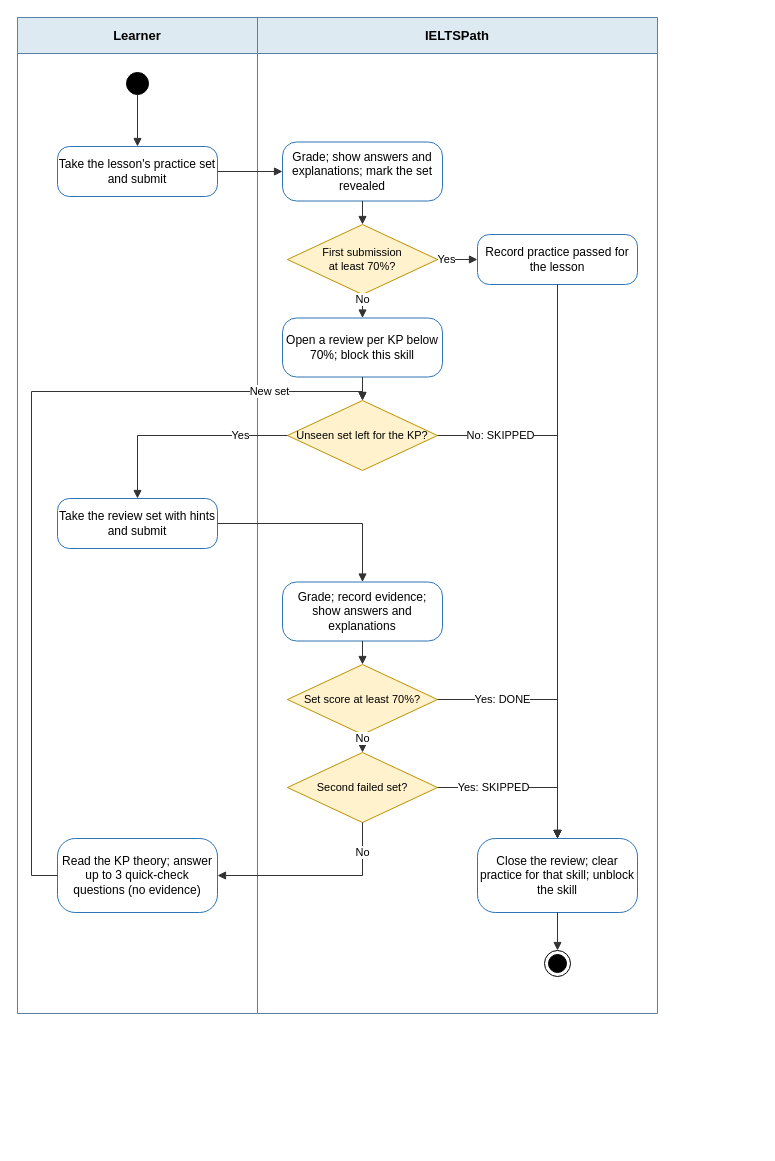
IeltsPath-Platform/backend keeps this draw.io diagram as page "SC-03 Activity" (3 of 4) of capstone-docs/rp_3.0_system-requirements-system/diagram_script/part2-diagrams/IELTSPath_Scenarios.drawio. Above is the earlier version. Source tidied: cells renumbered, new cells numbered last; positions are measured from the earlier drawing's top-left corner, leaving out a move shared by most shapes. Both pictures are drawn from the tidied source at 100%, with x=0, y=0 at pixel (17, 17).
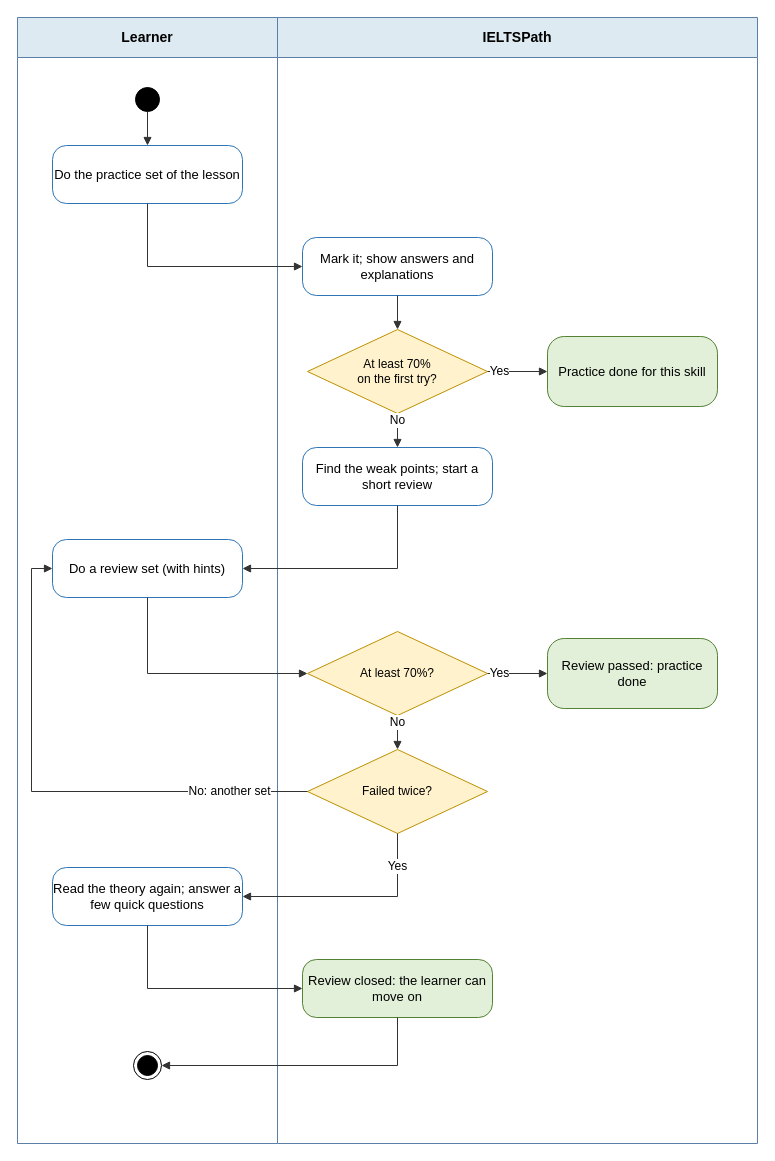
Above is the later version.

Diff of the diagram source:
```diff
@@
-    <mxCell id="2" value="Learner" style="swimlane;startSize=36;html=1;whiteSpace=wrap;fillColor=#DEEAF1;strokeColor=#5B7FA6;fontStyle=1;fontSize=13;swimlaneFillColor=#FFFFFF;" parent="1" vertex="1">
-      <mxGeometry width="240" height="996" as="geometry" />
+    <mxCell id="2" value="Learner" style="swimlane;startSize=40;html=1;whiteSpace=wrap;fillColor=#DEEAF1;strokeColor=#5B7FA6;fontStyle=1;fontSize=14;swimlaneFillColor=#FFFFFF;" parent="1" vertex="1">
+      <mxGeometry width="260" height="1126" as="geometry" />
     </mxCell>
-    <mxCell id="3" value="IELTSPath" style="swimlane;startSize=36;html=1;whiteSpace=wrap;fillColor=#DEEAF1;strokeColor=#5B7FA6;fontStyle=1;fontSize=13;swimlaneFillColor=#FFFFFF;" parent="1" vertex="1">
-      <mxGeometry x="240" width="400" height="996" as="geometry" />
+    <mxCell id="3" value="IELTSPath" style="swimlane;startSize=40;html=1;whiteSpace=wrap;fillColor=#DEEAF1;strokeColor=#5B7FA6;fontStyle=1;fontSize=14;swimlaneFillColor=#FFFFFF;" parent="1" vertex="1">
+      <mxGeometry x="260" width="480" height="1126" as="geometry" />
     </mxCell>
-    <mxCell id="4" style="ellipse;html=1;fillColor=#000000;strokeColor=#000000;" parent="1" vertex="1">
-      <mxGeometry x="109" y="55" width="22" height="22" as="geometry" />
-    </mxCell>
+    <mxCell id="35" style="ellipse;html=1;fillColor=#000000;strokeColor=#000000;" parent="1" vertex="1">
+      <mxGeometry x="118" y="70" width="24" height="24" as="geometry" />
+    </mxCell>
-    <mxCell id="5" value="Take the lesson's practice set and submit" style="rounded=1;arcSize=24;whiteSpace=wrap;html=1;fillColor=#FFFFFF;strokeColor=#2E75B6;fontSize=12;" parent="1" vertex="1">
-      <mxGeometry x="40" y="129" width="160" height="50" as="geometry" />
+    <mxCell id="5" value="Do the practice set of the lesson" style="rounded=1;arcSize=24;whiteSpace=wrap;html=1;fillColor=#FFFFFF;strokeColor=#2E75B6;fontSize=13;" parent="1" vertex="1">
+      <mxGeometry x="35" y="128" width="190" height="58" as="geometry" />
     </mxCell>
-    <mxCell id="6" value="Grade; show answers and explanations; mark the set revealed" style="rounded=1;arcSize=24;whiteSpace=wrap;html=1;fillColor=#FFFFFF;strokeColor=#2E75B6;fontSize=12;" parent="1" vertex="1">
-      <mxGeometry x="265" y="124.5" width="160" height="59" as="geometry" />
+    <mxCell id="6" value="Mark it; show answers and explanations" style="rounded=1;arcSize=24;whiteSpace=wrap;html=1;fillColor=#FFFFFF;strokeColor=#2E75B6;fontSize=13;" parent="1" vertex="1">
+      <mxGeometry x="285" y="220" width="190" height="58" as="geometry" />
     </mxCell>
-    <mxCell id="7" value="First submission&lt;br&gt;at least 70%?" style="rhombus;whiteSpace=wrap;html=1;fillColor=#FFF2CC;strokeColor=#BF9000;fontSize=11;" parent="1" vertex="1">
-      <mxGeometry x="270" y="207" width="150" height="70" as="geometry" />
-    </mxCell>
-    <mxCell id="8" value="Record practice passed for the lesson" style="rounded=1;arcSize=24;whiteSpace=wrap;html=1;fillColor=#FFFFFF;strokeColor=#2E75B6;fontSize=12;" parent="1" vertex="1">
-      <mxGeometry x="460" y="217" width="160" height="50" as="geometry" />
-    </mxCell>
+    <mxCell id="36" value="At least 70%&lt;br&gt;on the first try?" style="rhombus;whiteSpace=wrap;html=1;fillColor=#FFF2CC;strokeColor=#BF9000;fontSize=12;" parent="1" vertex="1">
+      <mxGeometry x="290" y="312" width="180" height="84" as="geometry" />
+    </mxCell>
+    <mxCell id="37" value="Practice done for this skill" style="rounded=1;arcSize=24;whiteSpace=wrap;html=1;fillColor=#E2F0D9;strokeColor=#548235;fontSize=13;" parent="1" vertex="1">
+      <mxGeometry x="530" y="319" width="170" height="70" as="geometry" />
+    </mxCell>
-    <mxCell id="9" value="Open a review per KP below 70%; block this skill" style="rounded=1;arcSize=24;whiteSpace=wrap;html=1;fillColor=#FFFFFF;strokeColor=#2E75B6;fontSize=12;" parent="1" vertex="1">
-      <mxGeometry x="265" y="300.5" width="160" height="59" as="geometry" />
+    <mxCell id="9" value="Find the weak points; start a short review" style="rounded=1;arcSize=24;whiteSpace=wrap;html=1;fillColor=#FFFFFF;strokeColor=#2E75B6;fontSize=13;" parent="1" vertex="1">
+      <mxGeometry x="285" y="430" width="190" height="58" as="geometry" />
     </mxCell>
-    <mxCell id="10" value="Unseen set left for the KP?" style="rhombus;whiteSpace=wrap;html=1;fillColor=#FFF2CC;strokeColor=#BF9000;fontSize=11;" parent="1" vertex="1">
-      <mxGeometry x="270" y="383" width="150" height="70" as="geometry" />
-    </mxCell>
-    <mxCell id="11" value="Take the review set with hints and submit" style="rounded=1;arcSize=24;whiteSpace=wrap;html=1;fillColor=#FFFFFF;strokeColor=#2E75B6;fontSize=12;" parent="1" vertex="1">
-      <mxGeometry x="40" y="481" width="160" height="50" as="geometry" />
+    <mxCell id="11" value="Do a review set (with hints)" style="rounded=1;arcSize=24;whiteSpace=wrap;html=1;fillColor=#FFFFFF;strokeColor=#2E75B6;fontSize=13;" parent="1" vertex="1">
+      <mxGeometry x="35" y="522" width="190" height="58" as="geometry" />
     </mxCell>
+    <mxCell id="38" value="At least 70%?" style="rhombus;whiteSpace=wrap;html=1;fillColor=#FFF2CC;strokeColor=#BF9000;fontSize=12;" parent="1" vertex="1">
+      <mxGeometry x="290" y="614" width="180" height="84" as="geometry" />
+    </mxCell>
+    <mxCell id="39" value="Review passed: practice done" style="rounded=1;arcSize=24;whiteSpace=wrap;html=1;fillColor=#E2F0D9;strokeColor=#548235;fontSize=13;" parent="1" vertex="1">
+      <mxGeometry x="530" y="621" width="170" height="70" as="geometry" />
+    </mxCell>
+    <mxCell id="40" value="Failed twice?" style="rhombus;whiteSpace=wrap;html=1;fillColor=#FFF2CC;strokeColor=#BF9000;fontSize=12;" parent="1" vertex="1">
+      <mxGeometry x="290" y="732" width="180" height="84" as="geometry" />
+    </mxCell>
-    <mxCell id="12" value="Grade; record evidence; show answers and explanations" style="rounded=1;arcSize=24;whiteSpace=wrap;html=1;fillColor=#FFFFFF;strokeColor=#2E75B6;fontSize=12;" parent="1" vertex="1">
-      <mxGeometry x="265" y="564.5" width="160" height="59" as="geometry" />
+    <mxCell id="12" value="Read the theory again; answer a few quick questions" style="rounded=1;arcSize=24;whiteSpace=wrap;html=1;fillColor=#FFFFFF;strokeColor=#2E75B6;fontSize=13;" parent="1" vertex="1">
+      <mxGeometry x="35" y="850" width="190" height="58" as="geometry" />
     </mxCell>
-    <mxCell id="13" value="Set score at least 70%?" style="rhombus;whiteSpace=wrap;html=1;fillColor=#FFF2CC;strokeColor=#BF9000;fontSize=11;" parent="1" vertex="1">
-      <mxGeometry x="270" y="647" width="150" height="70" as="geometry" />
-    </mxCell>
-    <mxCell id="14" value="Second failed set?" style="rhombus;whiteSpace=wrap;html=1;fillColor=#FFF2CC;strokeColor=#BF9000;fontSize=11;" parent="1" vertex="1">
-      <mxGeometry x="270" y="735" width="150" height="70" as="geometry" />
-    </mxCell>
-    <mxCell id="15" value="Read the KP theory; answer up to 3 quick-check questions (no evidence)" style="rounded=1;arcSize=24;whiteSpace=wrap;html=1;fillColor=#FFFFFF;strokeColor=#2E75B6;fontSize=12;" parent="1" vertex="1">
-      <mxGeometry x="40" y="821" width="160" height="74" as="geometry" />
+    <mxCell id="15" value="Review closed: the learner can move on" style="rounded=1;arcSize=24;whiteSpace=wrap;html=1;fillColor=#E2F0D9;strokeColor=#548235;fontSize=13;" parent="1" vertex="1">
+      <mxGeometry x="285" y="942" width="190" height="58" as="geometry" />
     </mxCell>
-    <mxCell id="16" value="Close the review; clear practice for that skill; unblock the skill" style="rounded=1;arcSize=24;whiteSpace=wrap;html=1;fillColor=#FFFFFF;strokeColor=#2E75B6;fontSize=12;" parent="1" vertex="1">
-      <mxGeometry x="460" y="821" width="160" height="74" as="geometry" />
-    </mxCell>
     <mxCell id="17" style="ellipse;html=1;shape=endState;fillColor=#000000;strokeColor=#000000;" parent="1" vertex="1">
-      <mxGeometry x="527" y="933" width="26" height="26" as="geometry" />
+      <mxGeometry x="116" y="1034" width="28" height="28" as="geometry" />
     </mxCell>
-    <mxCell id="18" style="edgeStyle=none;rounded=0;html=1;endArrow=block;endFill=1;strokeColor=#333333;fontSize=11;labelBackgroundColor=#FFFFFF;exitX=0.500;exitY=1.000;exitDx=0;exitDy=0;entryX=0.500;entryY=0.000;entryDx=0;entryDy=0;" parent="1" edge="1" source="4" target="5">
-      <mxGeometry relative="1" as="geometry" />
-    </mxCell>
+    <mxCell id="41" style="edgeStyle=none;rounded=0;html=1;endArrow=block;endFill=1;strokeColor=#333333;fontSize=12;labelBackgroundColor=#FFFFFF;" parent="1" edge="1" source="35" target="5">
+      <mxGeometry relative="1" as="geometry" />
+    </mxCell>
-    <mxCell id="19" style="edgeStyle=none;rounded=0;html=1;endArrow=block;endFill=1;strokeColor=#333333;fontSize=11;labelBackgroundColor=#FFFFFF;exitX=1.000;exitY=0.500;exitDx=0;exitDy=0;entryX=0.000;entryY=0.500;entryDx=0;entryDy=0;" parent="1" edge="1" source="5" target="6">
-      <mxGeometry relative="1" as="geometry" />
+    <mxCell id="19" style="edgeStyle=none;rounded=0;html=1;endArrow=block;endFill=1;strokeColor=#333333;fontSize=12;labelBackgroundColor=#FFFFFF;" parent="1" edge="1" source="5" target="6">
+      <mxGeometry relative="1" as="geometry">
+        <Array as="points">
+          <mxPoint x="130" y="249" />
+        </Array>
+      </mxGeometry>
     </mxCell>
-    <mxCell id="20" style="edgeStyle=none;rounded=0;html=1;endArrow=block;endFill=1;strokeColor=#333333;fontSize=11;labelBackgroundColor=#FFFFFF;exitX=0.500;exitY=1.000;exitDx=0;exitDy=0;entryX=0.500;entryY=0.000;entryDx=0;entryDy=0;" parent="1" edge="1" source="6" target="7">
-      <mxGeometry relative="1" as="geometry" />
-    </mxCell>
-    <mxCell id="21" value="Yes" style="edgeStyle=none;rounded=0;html=1;endArrow=block;endFill=1;strokeColor=#333333;fontSize=11;labelBackgroundColor=#FFFFFF;exitX=1.000;exitY=0.500;exitDx=0;exitDy=0;entryX=0.000;entryY=0.500;entryDx=0;entryDy=0;" parent="1" edge="1" source="7" target="8">
-      <mxGeometry x="-0.56" relative="1" as="geometry" />
-    </mxCell>
-    <mxCell id="22" style="edgeStyle=none;rounded=0;html=1;endArrow=block;endFill=1;strokeColor=#333333;fontSize=11;labelBackgroundColor=#FFFFFF;exitX=0.500;exitY=1.000;exitDx=0;exitDy=0;entryX=0.500;entryY=0.000;entryDx=0;entryDy=0;" parent="1" edge="1" source="8" target="16">
-      <mxGeometry relative="1" as="geometry" />
-    </mxCell>
-    <mxCell id="23" value="No" style="edgeStyle=none;rounded=0;html=1;endArrow=block;endFill=1;strokeColor=#333333;fontSize=11;labelBackgroundColor=#FFFFFF;exitX=0.500;exitY=1.000;exitDx=0;exitDy=0;entryX=0.500;entryY=0.000;entryDx=0;entryDy=0;" parent="1" edge="1" source="7" target="9">
-      <mxGeometry x="-0.56" relative="1" as="geometry" />
-    </mxCell>
-    <mxCell id="24" style="edgeStyle=none;rounded=0;html=1;endArrow=block;endFill=1;strokeColor=#333333;fontSize=11;labelBackgroundColor=#FFFFFF;exitX=0.500;exitY=1.000;exitDx=0;exitDy=0;entryX=0.500;entryY=0.000;entryDx=0;entryDy=0;" parent="1" edge="1" source="9" target="10">
-      <mxGeometry relative="1" as="geometry" />
-    </mxCell>
-    <mxCell id="25" value="No: SKIPPED" style="edgeStyle=none;rounded=0;html=1;endArrow=block;endFill=1;strokeColor=#333333;fontSize=11;labelBackgroundColor=#FFFFFF;exitX=1.000;exitY=0.500;exitDx=0;exitDy=0;entryX=0.500;entryY=0.000;entryDx=0;entryDy=0;" parent="1" edge="1" source="10" target="16">
-      <mxGeometry x="-0.76" relative="1" as="geometry">
-        <Array as="points">
-          <mxPoint x="540" y="418" />
-        </Array>
-      </mxGeometry>
-    </mxCell>
-    <mxCell id="26" value="Yes" style="edgeStyle=none;rounded=0;html=1;endArrow=block;endFill=1;strokeColor=#333333;fontSize=11;labelBackgroundColor=#FFFFFF;exitX=0.000;exitY=0.500;exitDx=0;exitDy=0;entryX=0.500;entryY=0.000;entryDx=0;entryDy=0;" parent="1" edge="1" source="10" target="11">
-      <mxGeometry x="-0.56" relative="1" as="geometry">
-        <Array as="points">
-          <mxPoint x="120" y="418" />
-        </Array>
-      </mxGeometry>
-    </mxCell>
-    <mxCell id="27" style="edgeStyle=none;rounded=0;html=1;endArrow=block;endFill=1;strokeColor=#333333;fontSize=11;labelBackgroundColor=#FFFFFF;exitX=1.000;exitY=0.500;exitDx=0;exitDy=0;entryX=0.500;entryY=0.000;entryDx=0;entryDy=0;" parent="1" edge="1" source="11" target="12">
-      <mxGeometry relative="1" as="geometry">
-        <Array as="points">
-          <mxPoint x="345" y="506" />
-        </Array>
-      </mxGeometry>
-    </mxCell>
-    <mxCell id="28" style="edgeStyle=none;rounded=0;html=1;endArrow=block;endFill=1;strokeColor=#333333;fontSize=11;labelBackgroundColor=#FFFFFF;exitX=0.500;exitY=1.000;exitDx=0;exitDy=0;entryX=0.500;entryY=0.000;entryDx=0;entryDy=0;" parent="1" edge="1" source="12" target="13">
-      <mxGeometry relative="1" as="geometry" />
-    </mxCell>
-    <mxCell id="29" value="Yes: DONE" style="edgeStyle=none;rounded=0;html=1;endArrow=block;endFill=1;strokeColor=#333333;fontSize=11;labelBackgroundColor=#FFFFFF;exitX=1.000;exitY=0.500;exitDx=0;exitDy=0;entryX=0.500;entryY=0.000;entryDx=0;entryDy=0;" parent="1" edge="1" source="13" target="16">
-      <mxGeometry x="-0.5" relative="1" as="geometry">
-        <Array as="points">
-          <mxPoint x="540" y="682" />
-        </Array>
-      </mxGeometry>
-    </mxCell>
-    <mxCell id="30" value="No" style="edgeStyle=none;rounded=0;html=1;endArrow=block;endFill=1;strokeColor=#333333;fontSize=11;labelBackgroundColor=#FFFFFF;exitX=0.500;exitY=1.000;exitDx=0;exitDy=0;entryX=0.500;entryY=0.000;entryDx=0;entryDy=0;" parent="1" edge="1" source="13" target="14">
-      <mxGeometry x="-0.56" relative="1" as="geometry" />
-    </mxCell>
-    <mxCell id="31" value="Yes: SKIPPED" style="edgeStyle=none;rounded=0;html=1;endArrow=block;endFill=1;strokeColor=#333333;fontSize=11;labelBackgroundColor=#FFFFFF;exitX=1.000;exitY=0.500;exitDx=0;exitDy=0;entryX=0.500;entryY=0.000;entryDx=0;entryDy=0;" parent="1" edge="1" source="14" target="16">
-      <mxGeometry x="-0.34" relative="1" as="geometry">
-        <Array as="points">
-          <mxPoint x="540" y="770" />
-        </Array>
-      </mxGeometry>
-    </mxCell>
-    <mxCell id="32" value="No" style="edgeStyle=none;rounded=0;html=1;endArrow=block;endFill=1;strokeColor=#333333;fontSize=11;labelBackgroundColor=#FFFFFF;exitX=0.500;exitY=1.000;exitDx=0;exitDy=0;entryX=1.000;entryY=0.500;entryDx=0;entryDy=0;" parent="1" edge="1" source="14" target="15">
-      <mxGeometry x="-0.7" relative="1" as="geometry">
-        <Array as="points">
-          <mxPoint x="345" y="858" />
-        </Array>
-      </mxGeometry>
-    </mxCell>
-    <mxCell id="33" value="New set" style="edgeStyle=none;rounded=0;html=1;endArrow=block;endFill=1;strokeColor=#333333;fontSize=11;labelBackgroundColor=#FFFFFF;exitX=0.000;exitY=0.500;exitDx=0;exitDy=0;entryX=0.500;entryY=0.000;entryDx=0;entryDy=0;" parent="1" edge="1" source="15" target="10">
-      <mxGeometry x="0.76" relative="1" as="geometry">
-        <Array as="points">
-          <mxPoint x="14" y="858" />
-          <mxPoint x="14" y="374" />
-          <mxPoint x="345" y="374" />
-        </Array>
-      </mxGeometry>
-    </mxCell>
-    <mxCell id="34" style="edgeStyle=none;rounded=0;html=1;endArrow=block;endFill=1;strokeColor=#333333;fontSize=11;labelBackgroundColor=#FFFFFF;exitX=0.500;exitY=1.000;exitDx=0;exitDy=0;entryX=0.500;entryY=0.000;entryDx=0;entryDy=0;" parent="1" edge="1" source="16" target="17">
-      <mxGeometry relative="1" as="geometry" />
-    </mxCell>
+    <mxCell id="42" style="edgeStyle=none;rounded=0;html=1;endArrow=block;endFill=1;strokeColor=#333333;fontSize=12;labelBackgroundColor=#FFFFFF;" parent="1" edge="1" source="6" target="36">
+      <mxGeometry relative="1" as="geometry" />
+    </mxCell>
+    <mxCell id="43" value="Yes" style="edgeStyle=none;rounded=0;html=1;endArrow=block;endFill=1;strokeColor=#333333;fontSize=12;labelBackgroundColor=#FFFFFF;" parent="1" edge="1" source="36" target="37">
+      <mxGeometry x="-0.6" relative="1" as="geometry" />
+    </mxCell>
+    <mxCell id="44" value="No" style="edgeStyle=none;rounded=0;html=1;endArrow=block;endFill=1;strokeColor=#333333;fontSize=12;labelBackgroundColor=#FFFFFF;" parent="1" edge="1" source="36" target="9">
+      <mxGeometry x="-0.6" relative="1" as="geometry" />
+    </mxCell>
+    <mxCell id="45" style="edgeStyle=none;rounded=0;html=1;endArrow=block;endFill=1;strokeColor=#333333;fontSize=12;labelBackgroundColor=#FFFFFF;" parent="1" edge="1" source="9" target="11">
+      <mxGeometry relative="1" as="geometry">
+        <Array as="points">
+          <mxPoint x="380" y="551" />
+        </Array>
+      </mxGeometry>
+    </mxCell>
+    <mxCell id="46" style="edgeStyle=none;rounded=0;html=1;endArrow=block;endFill=1;strokeColor=#333333;fontSize=12;labelBackgroundColor=#FFFFFF;" parent="1" edge="1" source="11" target="38">
+      <mxGeometry relative="1" as="geometry">
+        <Array as="points">
+          <mxPoint x="130" y="656" />
+        </Array>
+      </mxGeometry>
+    </mxCell>
+    <mxCell id="47" value="Yes" style="edgeStyle=none;rounded=0;html=1;endArrow=block;endFill=1;strokeColor=#333333;fontSize=12;labelBackgroundColor=#FFFFFF;" parent="1" edge="1" source="38" target="39">
+      <mxGeometry x="-0.6" relative="1" as="geometry" />
+    </mxCell>
+    <mxCell id="48" value="No" style="edgeStyle=none;rounded=0;html=1;endArrow=block;endFill=1;strokeColor=#333333;fontSize=12;labelBackgroundColor=#FFFFFF;" parent="1" edge="1" source="38" target="40">
+      <mxGeometry x="-0.6" relative="1" as="geometry" />
+    </mxCell>
+    <mxCell id="49" value="No: another set" style="edgeStyle=none;rounded=0;html=1;endArrow=block;endFill=1;strokeColor=#333333;fontSize=12;labelBackgroundColor=#FFFFFF;" parent="1" edge="1" source="40" target="11">
+      <mxGeometry x="-0.7" relative="1" as="geometry">
+        <Array as="points">
+          <mxPoint x="14" y="774" />
+          <mxPoint x="14" y="551" />
+        </Array>
+      </mxGeometry>
+    </mxCell>
+    <mxCell id="50" value="Yes" style="edgeStyle=none;rounded=0;html=1;endArrow=block;endFill=1;strokeColor=#333333;fontSize=12;labelBackgroundColor=#FFFFFF;" parent="1" edge="1" source="40" target="12">
+      <mxGeometry x="-0.7" relative="1" as="geometry">
+        <Array as="points">
+          <mxPoint x="380" y="879" />
+        </Array>
+      </mxGeometry>
+    </mxCell>
+    <mxCell id="51" style="edgeStyle=none;rounded=0;html=1;endArrow=block;endFill=1;strokeColor=#333333;fontSize=12;labelBackgroundColor=#FFFFFF;" parent="1" edge="1" source="12" target="15">
+      <mxGeometry relative="1" as="geometry">
+        <Array as="points">
+          <mxPoint x="130" y="971" />
+        </Array>
+      </mxGeometry>
+    </mxCell>
+    <mxCell id="52" style="edgeStyle=none;rounded=0;html=1;endArrow=block;endFill=1;strokeColor=#333333;fontSize=12;labelBackgroundColor=#FFFFFF;" parent="1" edge="1" source="15" target="17">
+      <mxGeometry relative="1" as="geometry">
+        <Array as="points">
+          <mxPoint x="380" y="1048" />
+        </Array>
+      </mxGeometry>
+    </mxCell>
```
